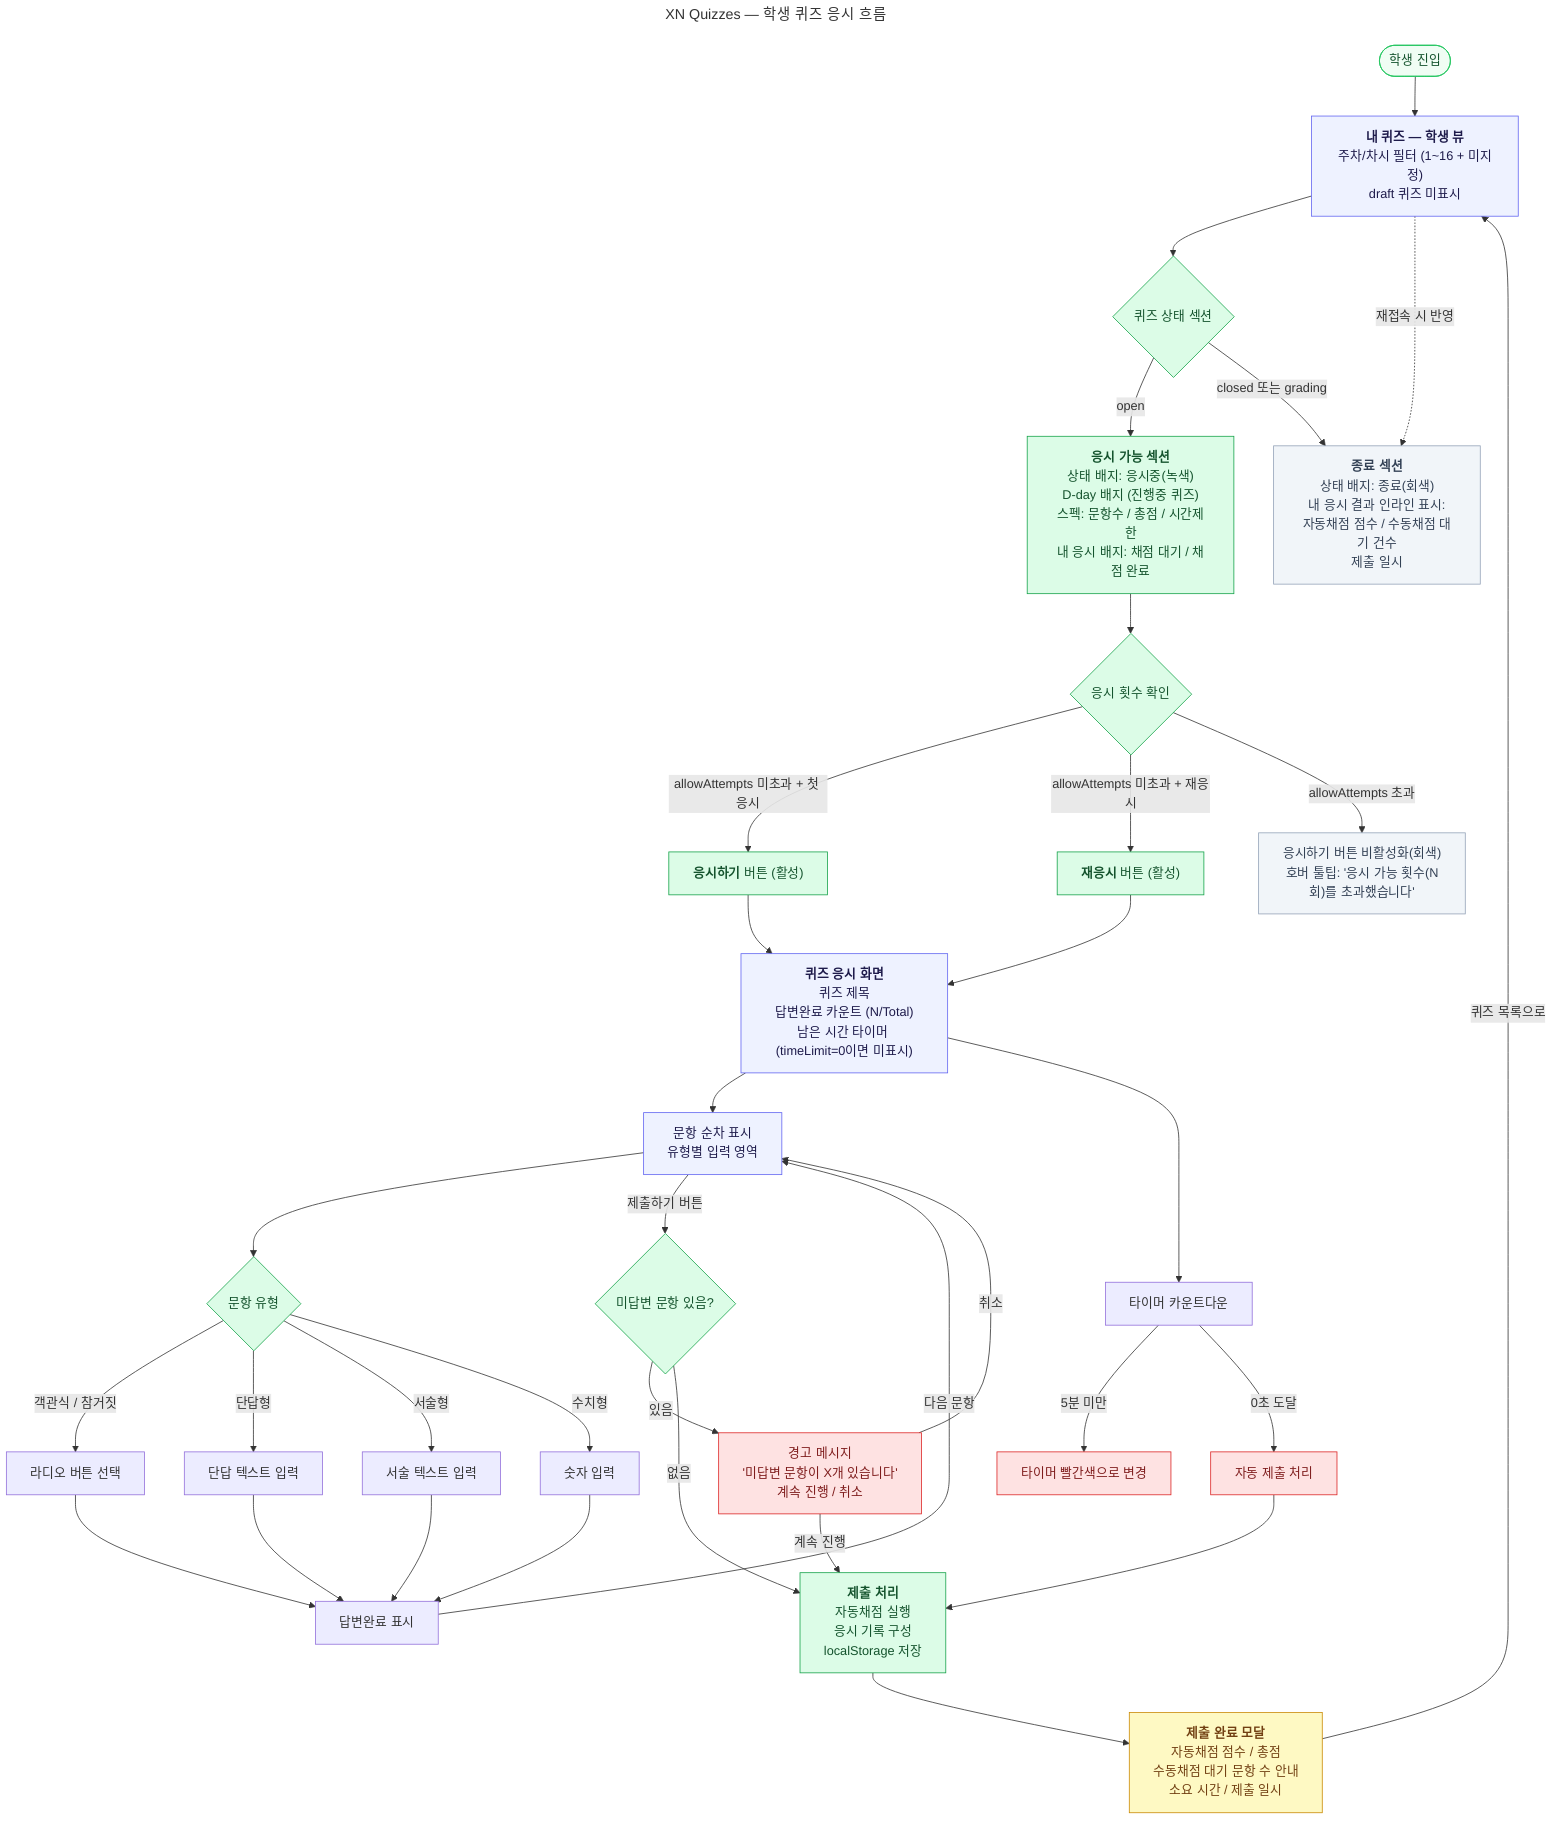
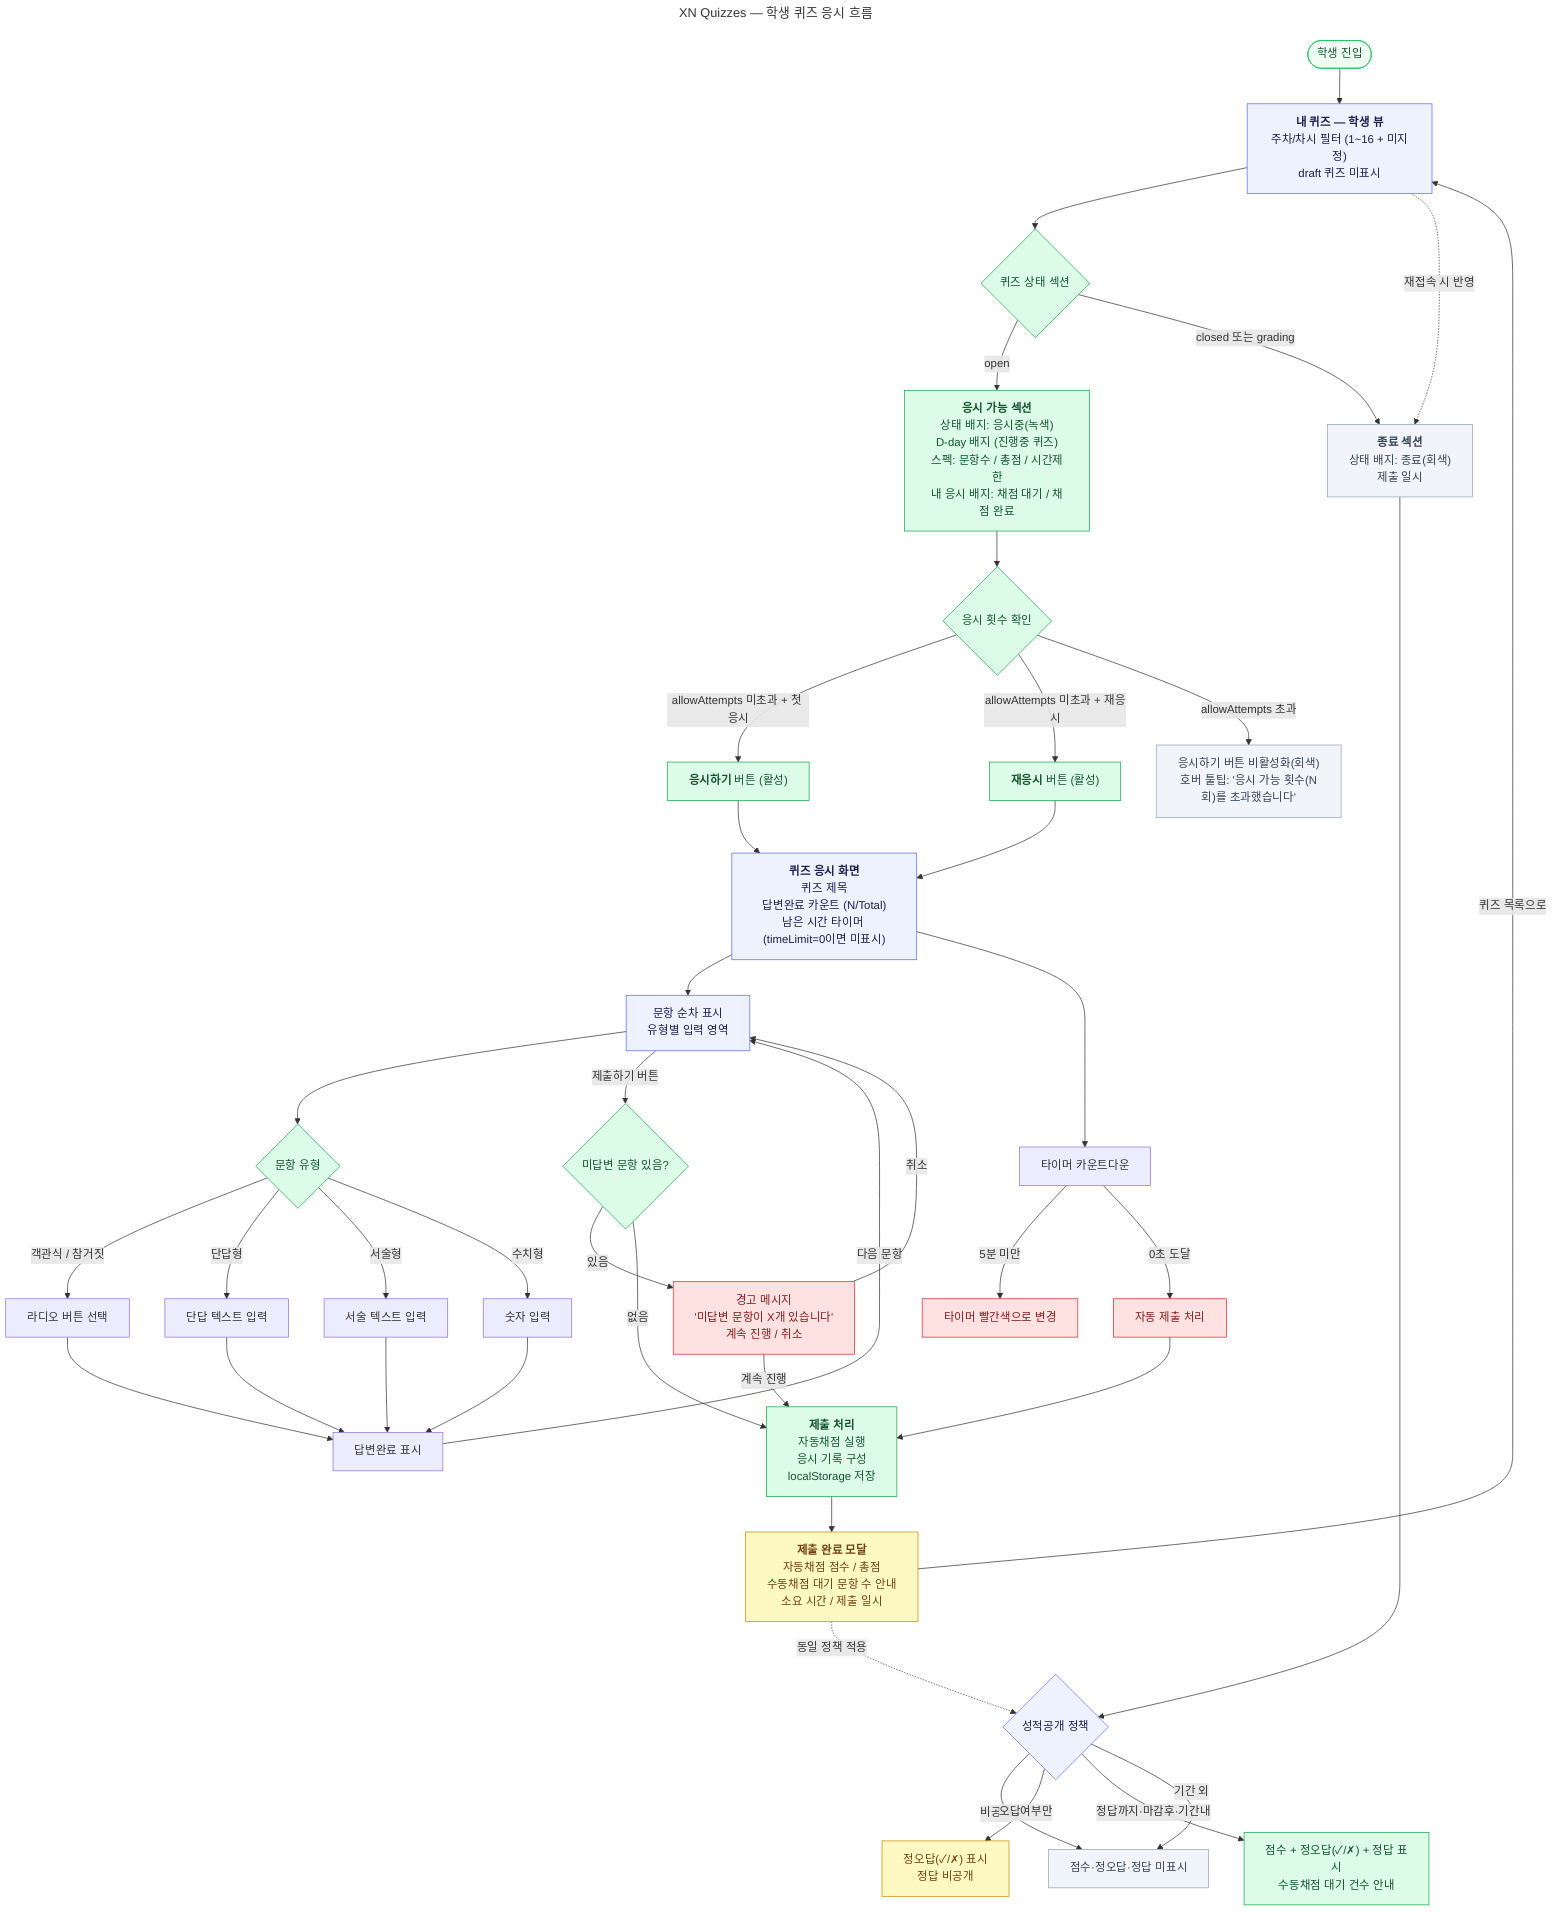
---
title: XN Quizzes — 학생 퀴즈 응시 흐름
---
flowchart TD
    START([학생 진입]) --> QL["`**내 퀴즈 — 학생 뷰**
    주차/차시 필터 (1~16 + 미지정)
    draft 퀴즈 미표시`"]

    QL --> SEC{퀴즈 상태 섹션}

    SEC -->|open| SEC_OPEN["`**응시 가능 섹션**
    상태 배지: 응시중(녹색)
    D-day 배지 (진행중 퀴즈)
    스펙: 문항수 / 총점 / 시간제한
    내 응시 배지: 채점 대기 / 채점 완료`"]

    SEC -->|closed 또는 grading| SEC_CLOSED["`**종료 섹션**
    상태 배지: 종료(회색)
-     내 응시 결과 인라인 표시:
-     자동채점 점수 / 수동채점 대기 건수
    제출 일시`"]
+ 
+     SEC_CLOSED --> POLICY_CHECK{성적공개 정책}
+     POLICY_CHECK -->|비공개| HIDDEN["`점수·정오답·정답 미표시`"]
+     POLICY_CHECK -->|오답여부만| SHOW_WRONG["`정오답(✓/✗) 표시
+     정답 비공개`"]
+     POLICY_CHECK -->|정답까지·마감후·기간내| SHOW_FULL["`점수 + 정오답(✓/✗) + 정답 표시
+     수동채점 대기 건수 안내`"]
+     POLICY_CHECK -->|기간 외| HIDDEN

    %% ── 응시하기 / 재응시 버튼 분기 ─────────────
    SEC_OPEN --> CHECK_ATTEMPTS{응시 횟수 확인}
    CHECK_ATTEMPTS -->|allowAttempts 미초과 + 첫 응시| BTN_FIRST["`**응시하기** 버튼 (활성)`"]
    CHECK_ATTEMPTS -->|allowAttempts 미초과 + 재응시| BTN_RETRY["`**재응시** 버튼 (활성)`"]
    CHECK_ATTEMPTS -->|allowAttempts 초과| BTN_DISABLED["`응시하기 버튼 비활성화(회색)
    호버 툴팁: '응시 가능 횟수(N회)를 초과했습니다'`"]

    BTN_FIRST --> QA
    BTN_RETRY --> QA

    %% ── 응시 화면 ────────────────────────────────
    QA["`**퀴즈 응시 화면**
    퀴즈 제목
    답변완료 카운트 (N/Total)
    남은 시간 타이머 (timeLimit=0이면 미표시)`"]

    QA --> ANS_LOOP["`문항 순차 표시
    유형별 입력 영역`"]

    ANS_LOOP --> Q_TYPE{문항 유형}
    Q_TYPE -->|객관식 / 참거짓| INPUT_RADIO["`라디오 버튼 선택`"]
    Q_TYPE -->|단답형| INPUT_TEXT["`단답 텍스트 입력`"]
    Q_TYPE -->|서술형| INPUT_TEXTAREA["`서술 텍스트 입력`"]
    Q_TYPE -->|수치형| INPUT_NUMBER["`숫자 입력`"]

    INPUT_RADIO    --> ANSWERED["`답변완료 표시`"]
    INPUT_TEXT     --> ANSWERED
    INPUT_TEXTAREA --> ANSWERED
    INPUT_NUMBER   --> ANSWERED

    ANSWERED -->|다음 문항| ANS_LOOP

    %% ── 타이머 ───────────────────────────────────
    QA --> TIMER["`타이머 카운트다운`"]
    TIMER -->|5분 미만| TIMER_WARN["`타이머 빨간색으로 변경`"]
    TIMER -->|0초 도달| AUTO_SUBMIT["`자동 제출 처리`"]

    %% ── 제출 흐름 ────────────────────────────────
    ANS_LOOP -->|제출하기 버튼| CHECK_UNANSWERED{미답변 문항 있음?}
    CHECK_UNANSWERED -->|있음| WARN["`경고 메시지
    '미답변 문항이 X개 있습니다'
    계속 진행 / 취소`"]
    WARN -->|계속 진행| SUBMIT
    WARN -->|취소| ANS_LOOP
    CHECK_UNANSWERED -->|없음| SUBMIT

    AUTO_SUBMIT --> SUBMIT

    SUBMIT["`**제출 처리**
    자동채점 실행
    응시 기록 구성
    localStorage 저장`"]

    SUBMIT --> RESULT_MODAL["`**제출 완료 모달**
    자동채점 점수 / 총점
    수동채점 대기 문항 수 안내
    소요 시간 / 제출 일시`"]

    RESULT_MODAL -->|퀴즈 목록으로| QL

+     %% ── 제출 완료 모달 성적 표시도 동일 정책 적용 ──
+     RESULT_MODAL -.->|동일 정책 적용| POLICY_CHECK
+ 
    %% ── 제출 후 카드 상태 변화 ──────────────────
    QL -.->|재접속 시 반영| SEC_CLOSED

    %% ── 스타일 ───────────────────────────────────
    style QL             fill:#EEF2FF,stroke:#6366F1,color:#1e1b4b
    style QA             fill:#EEF2FF,stroke:#6366F1,color:#1e1b4b
    style ANS_LOOP       fill:#EEF2FF,stroke:#6366F1,color:#1e1b4b
    style RESULT_MODAL   fill:#FEF9C3,stroke:#CA8A04,color:#713f12

    style SEC_OPEN       fill:#DCFCE7,stroke:#16A34A,color:#14532d
    style SEC_CLOSED     fill:#F1F5F9,stroke:#94A3B8,color:#334155
    style BTN_FIRST      fill:#DCFCE7,stroke:#16A34A,color:#14532d
    style BTN_RETRY      fill:#DCFCE7,stroke:#16A34A,color:#14532d
    style BTN_DISABLED   fill:#F1F5F9,stroke:#94A3B8,color:#334155

    style WARN           fill:#FEE2E2,stroke:#DC2626,color:#7f1d1d
    style TIMER_WARN     fill:#FEE2E2,stroke:#DC2626,color:#7f1d1d
    style AUTO_SUBMIT    fill:#FEE2E2,stroke:#DC2626,color:#7f1d1d
    style SUBMIT         fill:#DCFCE7,stroke:#16A34A,color:#14532d

    style CHECK_UNANSWERED fill:#DCFCE7,stroke:#16A34A,color:#14532d
    style CHECK_ATTEMPTS   fill:#DCFCE7,stroke:#16A34A,color:#14532d
    style Q_TYPE           fill:#DCFCE7,stroke:#16A34A,color:#14532d
    style SEC              fill:#DCFCE7,stroke:#16A34A,color:#14532d
+     style POLICY_CHECK     fill:#EEF2FF,stroke:#6366F1,color:#1e1b4b
+     style HIDDEN           fill:#F1F5F9,stroke:#94A3B8,color:#334155
+     style SHOW_WRONG       fill:#FEF9C3,stroke:#CA8A04,color:#713f12
+     style SHOW_FULL        fill:#DCFCE7,stroke:#16A34A,color:#14532d

    style START fill:#F0FDF4,stroke:#22C55E,color:#14532d
